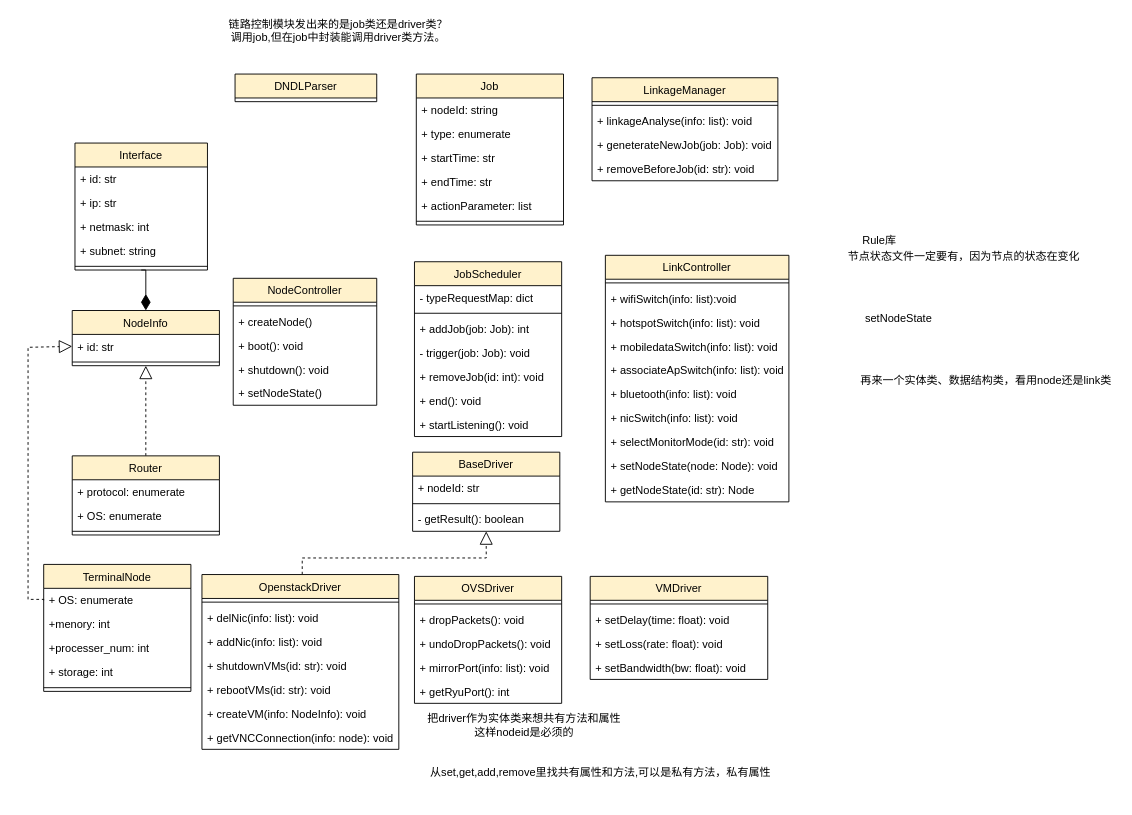
Icarus1994/neutron_conf keeps this draw.io diagram as page "整体类图" (1 of 11) of 仿真功能模块UML类图.drawio. Above is the earlier version. Source tidied: cells renumbered, new cells numbered last; positions are measured from the earlier drawing's top-left corner, leaving out a move shared by most shapes. Both pictures are drawn from the tidied source at 92%, with x=0, y=0 at pixel (28, 16).
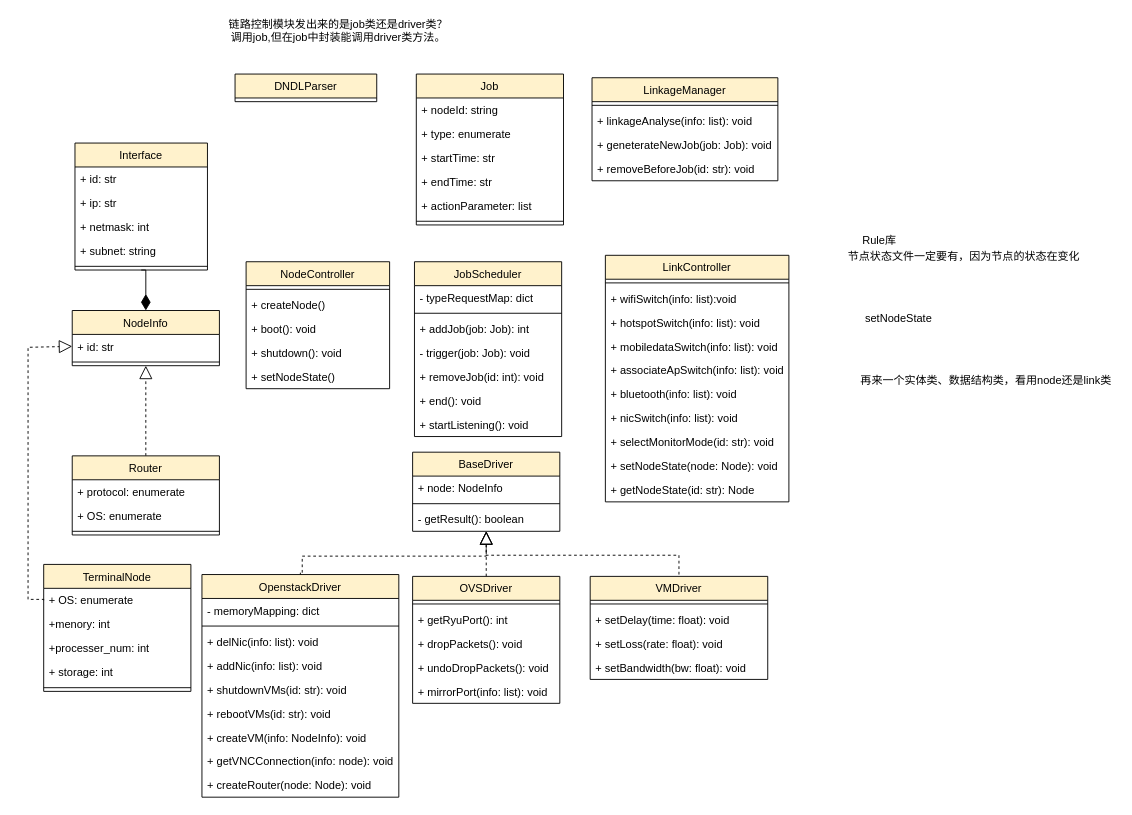
Above is the later version.

The change refers to these unchanged cells:
```xml
<mxCell id="8" value="NodeInfo" style="swimlane;fontStyle=0;align=center;verticalAlign=top;horizontal=1;startSize=26;fillColor=#fff2cc;strokeColor=#000000;" parent="1" vertex="1">
  <mxGeometry x="48" y="320" width="160" height="60" as="geometry" />
</mxCell>
<mxCell id="40" value="JobScheduler" style="swimlane;fontStyle=0;align=center;verticalAlign=top;horizontal=1;startSize=26;fillColor=#fff2cc;strokeColor=#000000;" parent="1" vertex="1">
  <mxGeometry x="420" y="267" width="160" height="190" as="geometry" />
</mxCell>
<mxCell id="48" value="BaseDriver" style="swimlane;fontStyle=0;align=center;verticalAlign=top;horizontal=1;startSize=26;fillColor=#fff2cc;strokeColor=#000000;" parent="1" vertex="1">
  <mxGeometry x="418" y="474" width="160" height="86" as="geometry" />
</mxCell>
<mxCell id="51" value="- getResult(): boolean" style="text;strokeColor=none;fillColor=none;align=left;verticalAlign=top;spacingLeft=4;spacingRight=4;overflow=hidden;points=[[0,0.5],[1,0.5]];portConstraint=eastwest;" parent="48" vertex="1">
  <mxGeometry y="60" width="160" height="26" as="geometry" />
</mxCell>
<mxCell id="53" value="Router" style="swimlane;fontStyle=0;align=center;verticalAlign=top;horizontal=1;startSize=26;fillColor=#fff2cc;strokeColor=#000000;" parent="1" vertex="1">
  <mxGeometry x="48" y="478" width="160" height="86" as="geometry" />
</mxCell>
```

The edit, as a diff of the source:
```diff
@@
-    <mxCell id="4" style="endArrow=block;dashed=1;endFill=0;endSize=12;html=1;exitX=0.5;exitY=0;exitDx=0;exitDy=0;edgeStyle=orthogonalEdgeStyle;rounded=0;" parent="1" edge="1" source="53">
-      <mxGeometry relative="1" as="geometry">
-        <mxPoint x="128" y="380" as="targetPoint" />
-        <Array as="points">
-          <mxPoint x="128" y="478" />
-        </Array>
-      </mxGeometry>
-    </mxCell>
-    <mxCell id="5" style="edgeStyle=orthogonalEdgeStyle;rounded=0;jettySize=auto;html=1;exitX=0.5;exitY=0;exitDx=0;exitDy=0;dashed=1;endArrow=block;endFill=0;endSize=12;entryX=0.5;entryY=1;entryDx=0;entryDy=0;" parent="1" edge="1" source="79" target="48">
-      <mxGeometry relative="1" as="geometry">
-        <Array as="points">
-          <mxPoint x="298" y="609" />
-          <mxPoint x="298" y="589" />
-          <mxPoint x="498" y="589" />
-        </Array>
-      </mxGeometry>
-    </mxCell>
+    <mxCell id="93" style="endArrow=block;dashed=1;endFill=0;endSize=12;html=1;exitX=0.5;exitY=0;exitDx=0;exitDy=0;edgeStyle=orthogonalEdgeStyle;rounded=0;" parent="1" edge="1" source="53">
+      <mxGeometry relative="1" as="geometry">
+        <mxPoint x="128" y="380" as="targetPoint" />
+        <Array as="points">
+          <mxPoint x="128" y="478" />
+        </Array>
+      </mxGeometry>
+    </mxCell>
+    <mxCell id="94" style="edgeStyle=orthogonalEdgeStyle;rounded=0;orthogonalLoop=1;jettySize=auto;html=1;exitX=0.5;exitY=0;exitDx=0;exitDy=0;dashed=1;endArrow=block;endFill=0;endSize=12;" parent="1" edge="1">
+      <mxGeometry relative="1" as="geometry">
+        <mxPoint x="296" y="605" as="sourcePoint" />
+        <mxPoint x="498" y="560" as="targetPoint" />
+        <Array as="points">
+          <mxPoint x="298" y="607" />
+          <mxPoint x="298" y="587" />
+          <mxPoint x="498" y="587" />
+        </Array>
+      </mxGeometry>
+    </mxCell>
@@
-    <mxCell id="10" style="line;strokeWidth=1;fillColor=none;align=left;verticalAlign=middle;spacingTop=-1;spacingLeft=3;spacingRight=3;labelPosition=right;" parent="8" vertex="1">
-      <mxGeometry y="52" width="160" height="8" as="geometry" />
-    </mxCell>
-    <mxCell id="11" value="NodeController" style="swimlane;fontStyle=0;align=center;verticalAlign=top;horizontal=1;startSize=26;fillColor=#fff2cc;strokeColor=#000000;" parent="1" vertex="1">
-      <mxGeometry x="223" y="285" width="156" height="138" as="geometry" />
-    </mxCell>
-    <mxCell id="12" style="line;strokeWidth=1;fillColor=none;align=left;verticalAlign=middle;spacingTop=-1;spacingLeft=3;spacingRight=3;labelPosition=right;" parent="11" vertex="1">
-      <mxGeometry y="26" width="156" height="8" as="geometry" />
-    </mxCell>
-    <mxCell id="13" value="+ createNode()" style="text;strokeColor=none;fillColor=none;align=left;verticalAlign=top;spacingLeft=4;spacingRight=4;overflow=hidden;" parent="11" vertex="1">
-      <mxGeometry y="34" width="156" height="26" as="geometry" />
-    </mxCell>
-    <mxCell id="14" value="+ boot(): void " style="text;strokeColor=none;fillColor=none;align=left;verticalAlign=top;spacingLeft=4;spacingRight=4;overflow=hidden;" parent="11" vertex="1">
-      <mxGeometry y="60" width="156" height="26" as="geometry" />
-    </mxCell>
-    <mxCell id="15" value="+ shutdown(): void" style="text;strokeColor=none;fillColor=none;align=left;verticalAlign=top;spacingLeft=4;spacingRight=4;overflow=hidden;" parent="11" vertex="1">
-      <mxGeometry y="86" width="156" height="26" as="geometry" />
-    </mxCell>
-    <mxCell id="16" value="+ setNodeState()" style="text;strokeColor=none;fillColor=none;align=left;verticalAlign=top;spacingLeft=4;spacingRight=4;overflow=hidden;" parent="11" vertex="1">
-      <mxGeometry y="112" width="156" height="26" as="geometry" />
-    </mxCell>
+    <mxCell id="95" style="line;strokeWidth=1;fillColor=none;align=left;verticalAlign=middle;spacingTop=-1;spacingLeft=3;spacingRight=3;labelPosition=right;" parent="8" vertex="1">
+      <mxGeometry y="52" width="160" height="8" as="geometry" />
+    </mxCell>
@@
-    <mxCell id="42" style="line;strokeWidth=1;fillColor=none;align=left;verticalAlign=middle;spacingTop=-1;spacingLeft=3;spacingRight=3;labelPosition=right;" parent="40" vertex="1">
-      <mxGeometry y="52" width="160" height="8" as="geometry" />
-    </mxCell>
+    <mxCell id="96" style="line;strokeWidth=1;fillColor=none;align=left;verticalAlign=middle;spacingTop=-1;spacingLeft=3;spacingRight=3;labelPosition=right;" parent="40" vertex="1">
+      <mxGeometry y="52" width="160" height="8" as="geometry" />
+    </mxCell>
@@
-    <mxCell id="49" value="+ nodeId: str" style="text;strokeColor=none;fillColor=none;align=left;verticalAlign=top;spacingLeft=4;spacingRight=4;overflow=hidden;" parent="48" vertex="1">
-      <mxGeometry y="26" width="160" height="26" as="geometry" />
-    </mxCell>
-    <mxCell id="50" style="line;strokeWidth=1;fillColor=none;align=left;verticalAlign=middle;spacingTop=-1;spacingLeft=3;spacingRight=3;labelPosition=right;" parent="48" vertex="1">
-      <mxGeometry y="52" width="160" height="8" as="geometry" />
-    </mxCell>
+    <mxCell id="97" value="+ node: NodeInfo" style="text;strokeColor=none;fillColor=none;align=left;verticalAlign=top;spacingLeft=4;spacingRight=4;overflow=hidden;" parent="48" vertex="1">
+      <mxGeometry y="26" width="160" height="26" as="geometry" />
+    </mxCell>
+    <mxCell id="98" style="line;strokeWidth=1;fillColor=none;align=left;verticalAlign=middle;spacingTop=-1;spacingLeft=3;spacingRight=3;labelPosition=right;" parent="48" vertex="1">
+      <mxGeometry y="52" width="160" height="8" as="geometry" />
+    </mxCell>
@@
-    <mxCell id="65" value="把driver作为实体类来想共有方法和属性&lt;br&gt;这样nodeid是必须的" style="text;html=1;align=center;verticalAlign=middle;" parent="1" vertex="1">
-      <mxGeometry x="429" y="755" width="220" height="32" as="geometry" />
-    </mxCell>
-    <mxCell id="66" value="OVSDriver" style="swimlane;fontStyle=0;align=center;verticalAlign=top;horizontal=1;startSize=26;fillColor=#fff2cc;strokeColor=#000000;" parent="1" vertex="1">
-      <mxGeometry x="420" y="609" width="160" height="138" as="geometry" />
-    </mxCell>
-    <mxCell id="67" style="line;strokeWidth=1;fillColor=none;align=left;verticalAlign=middle;spacingTop=-1;spacingLeft=3;spacingRight=3;labelPosition=right;" parent="66" vertex="1">
-      <mxGeometry y="26" width="160" height="8" as="geometry" />
-    </mxCell>
-    <mxCell id="68" value="+ dropPackets(): void" style="text;strokeColor=none;fillColor=none;align=left;verticalAlign=top;spacingLeft=4;spacingRight=4;overflow=hidden;" parent="66" vertex="1">
-      <mxGeometry y="34" width="160" height="26" as="geometry" />
-    </mxCell>
-    <mxCell id="69" value="+ undoDropPackets(): void" style="text;strokeColor=none;fillColor=none;align=left;verticalAlign=top;spacingLeft=4;spacingRight=4;overflow=hidden;" parent="66" vertex="1">
-      <mxGeometry y="60" width="160" height="26" as="geometry" />
-    </mxCell>
-    <mxCell id="70" value="+ mirrorPort(info: list): void" style="text;strokeColor=none;fillColor=none;align=left;verticalAlign=top;spacingLeft=4;spacingRight=4;overflow=hidden;" parent="66" vertex="1">
-      <mxGeometry y="86" width="160" height="26" as="geometry" />
-    </mxCell>
-    <mxCell id="71" value="+ getRyuPort(): int" style="text;strokeColor=none;fillColor=none;align=left;verticalAlign=top;spacingLeft=4;spacingRight=4;overflow=hidden;" parent="66" vertex="1">
-      <mxGeometry y="112" width="160" height="26" as="geometry" />
-    </mxCell>
@@
-    <mxCell id="78" value="从set,get,add,remove里找共有属性和方法,可以是私有方法，私有属性" style="text;html=1;align=center;verticalAlign=middle;" parent="1" vertex="1">
-      <mxGeometry x="432" y="814" width="380" height="18" as="geometry" />
-    </mxCell>
     <mxCell id="79" value="OpenstackDriver" style="swimlane;fontStyle=0;align=center;verticalAlign=top;horizontal=1;startSize=26;fillColor=#fff2cc;strokeColor=#000000;" parent="1" vertex="1">
-      <mxGeometry x="189" y="607" width="214" height="190" as="geometry" />
+      <mxGeometry x="189" y="607" width="214" height="242" as="geometry" />
     </mxCell>
-    <mxCell id="80" style="line;strokeWidth=1;fillColor=none;align=left;verticalAlign=middle;spacingTop=-1;spacingLeft=3;spacingRight=3;labelPosition=right;" parent="79" vertex="1">
-      <mxGeometry y="26" width="214" height="8" as="geometry" />
-    </mxCell>
+    <mxCell id="99" value="- memoryMapping: dict" style="text;strokeColor=none;fillColor=none;align=left;verticalAlign=top;spacingLeft=4;spacingRight=4;overflow=hidden;" parent="79" vertex="1">
+      <mxGeometry y="26" width="214" height="26" as="geometry" />
+    </mxCell>
+    <mxCell id="100" style="line;strokeWidth=1;fillColor=none;align=left;verticalAlign=middle;spacingTop=-1;spacingLeft=3;spacingRight=3;labelPosition=right;" parent="79" vertex="1">
+      <mxGeometry y="52" width="214" height="8" as="geometry" />
+    </mxCell>
     <mxCell id="81" value="+ delNic(info: list): void" style="text;strokeColor=none;fillColor=none;align=left;verticalAlign=top;spacingLeft=4;spacingRight=4;overflow=hidden;" parent="79" vertex="1">
-      <mxGeometry y="34" width="214" height="26" as="geometry" />
+      <mxGeometry y="60" width="214" height="26" as="geometry" />
     </mxCell>
     <mxCell id="82" value="+ addNic(info: list): void" style="text;strokeColor=none;fillColor=none;align=left;verticalAlign=top;spacingLeft=4;spacingRight=4;overflow=hidden;" parent="79" vertex="1">
-      <mxGeometry y="60" width="214" height="26" as="geometry" />
+      <mxGeometry y="86" width="214" height="26" as="geometry" />
     </mxCell>
     <mxCell id="83" value="+ shutdownVMs(id: str): void" style="text;strokeColor=none;fillColor=none;align=left;verticalAlign=top;spacingLeft=4;spacingRight=4;overflow=hidden;" parent="79" vertex="1">
-      <mxGeometry y="86" width="214" height="26" as="geometry" />
+      <mxGeometry y="112" width="214" height="26" as="geometry" />
     </mxCell>
     <mxCell id="84" value="+ rebootVMs(id: str): void" style="text;strokeColor=none;fillColor=none;align=left;verticalAlign=top;spacingLeft=4;spacingRight=4;overflow=hidden;" parent="79" vertex="1">
-      <mxGeometry y="112" width="214" height="26" as="geometry" />
+      <mxGeometry y="138" width="214" height="26" as="geometry" />
     </mxCell>
     <mxCell id="85" value="+ createVM(info: NodeInfo): void" style="text;strokeColor=none;fillColor=none;align=left;verticalAlign=top;spacingLeft=4;spacingRight=4;overflow=hidden;" parent="79" vertex="1">
-      <mxGeometry y="138" width="214" height="26" as="geometry" />
+      <mxGeometry y="164" width="214" height="26" as="geometry" />
     </mxCell>
     <mxCell id="86" value="+ getVNCConnection(info: node): void" style="text;strokeColor=none;fillColor=none;align=left;verticalAlign=top;spacingLeft=4;spacingRight=4;overflow=hidden;" parent="79" vertex="1">
-      <mxGeometry y="164" width="214" height="26" as="geometry" />
+      <mxGeometry y="190" width="214" height="26" as="geometry" />
     </mxCell>
+    <mxCell id="101" value="+ createRouter(node: Node): void" style="text;strokeColor=none;fillColor=none;align=left;verticalAlign=top;spacingLeft=4;spacingRight=4;overflow=hidden;" parent="79" vertex="1">
+      <mxGeometry y="216" width="214" height="26" as="geometry" />
+    </mxCell>
@@
+    <mxCell id="102" style="endArrow=block;dashed=1;endFill=0;endSize=12;html=1;exitX=0.5;exitY=0;exitDx=0;exitDy=0;" parent="1" edge="1" source="66" target="51">
+      <mxGeometry relative="1" as="geometry" />
+    </mxCell>
+    <mxCell id="66" value="OVSDriver" style="swimlane;fontStyle=0;align=center;verticalAlign=top;horizontal=1;startSize=26;fillColor=#fff2cc;strokeColor=#000000;" parent="1" vertex="1">
+      <mxGeometry x="418" y="609" width="160" height="138" as="geometry" />
+    </mxCell>
+    <mxCell id="67" style="line;strokeWidth=1;fillColor=none;align=left;verticalAlign=middle;spacingTop=-1;spacingLeft=3;spacingRight=3;labelPosition=right;" parent="66" vertex="1">
+      <mxGeometry y="26" width="160" height="8" as="geometry" />
+    </mxCell>
+    <mxCell id="71" value="+ getRyuPort(): int" style="text;strokeColor=none;fillColor=none;align=left;verticalAlign=top;spacingLeft=4;spacingRight=4;overflow=hidden;" parent="66" vertex="1">
+      <mxGeometry y="34" width="160" height="26" as="geometry" />
+    </mxCell>
+    <mxCell id="68" value="+ dropPackets(): void" style="text;strokeColor=none;fillColor=none;align=left;verticalAlign=top;spacingLeft=4;spacingRight=4;overflow=hidden;" parent="66" vertex="1">
+      <mxGeometry y="60" width="160" height="26" as="geometry" />
+    </mxCell>
+    <mxCell id="69" value="+ undoDropPackets(): void" style="text;strokeColor=none;fillColor=none;align=left;verticalAlign=top;spacingLeft=4;spacingRight=4;overflow=hidden;" parent="66" vertex="1">
+      <mxGeometry y="86" width="160" height="26" as="geometry" />
+    </mxCell>
+    <mxCell id="70" value="+ mirrorPort(info: list): void" style="text;strokeColor=none;fillColor=none;align=left;verticalAlign=top;spacingLeft=4;spacingRight=4;overflow=hidden;" parent="66" vertex="1">
+      <mxGeometry y="112" width="160" height="26" as="geometry" />
+    </mxCell>
+    <mxCell id="103" style="endArrow=block;dashed=1;endFill=0;endSize=12;html=1;exitX=0.5;exitY=0;exitDx=0;exitDy=0;edgeStyle=orthogonalEdgeStyle;rounded=0;" parent="1" edge="1">
+      <mxGeometry relative="1" as="geometry">
+        <mxPoint x="707.5" y="607" as="sourcePoint" />
+        <mxPoint x="498" y="560" as="targetPoint" />
+        <Array as="points">
+          <mxPoint x="708" y="586" />
+          <mxPoint x="498" y="586" />
+        </Array>
+      </mxGeometry>
+    </mxCell>
+    <mxCell id="11" value="NodeController" style="swimlane;fontStyle=0;align=center;verticalAlign=top;horizontal=1;startSize=26;fillColor=#fff2cc;strokeColor=#000000;" parent="1" vertex="1">
+      <mxGeometry x="237" y="267" width="156" height="138" as="geometry" />
+    </mxCell>
+    <mxCell id="12" style="line;strokeWidth=1;fillColor=none;align=left;verticalAlign=middle;spacingTop=-1;spacingLeft=3;spacingRight=3;labelPosition=right;" parent="11" vertex="1">
+      <mxGeometry y="26" width="156" height="8" as="geometry" />
+    </mxCell>
+    <mxCell id="13" value="+ createNode()" style="text;strokeColor=none;fillColor=none;align=left;verticalAlign=top;spacingLeft=4;spacingRight=4;overflow=hidden;" parent="11" vertex="1">
+      <mxGeometry y="34" width="156" height="26" as="geometry" />
+    </mxCell>
+    <mxCell id="14" value="+ boot(): void " style="text;strokeColor=none;fillColor=none;align=left;verticalAlign=top;spacingLeft=4;spacingRight=4;overflow=hidden;" parent="11" vertex="1">
+      <mxGeometry y="60" width="156" height="26" as="geometry" />
+    </mxCell>
+    <mxCell id="15" value="+ shutdown(): void" style="text;strokeColor=none;fillColor=none;align=left;verticalAlign=top;spacingLeft=4;spacingRight=4;overflow=hidden;" parent="11" vertex="1">
+      <mxGeometry y="86" width="156" height="26" as="geometry" />
+    </mxCell>
+    <mxCell id="16" value="+ setNodeState()" style="text;strokeColor=none;fillColor=none;align=left;verticalAlign=top;spacingLeft=4;spacingRight=4;overflow=hidden;" parent="11" vertex="1">
+      <mxGeometry y="112" width="156" height="26" as="geometry" />
+    </mxCell>
```
